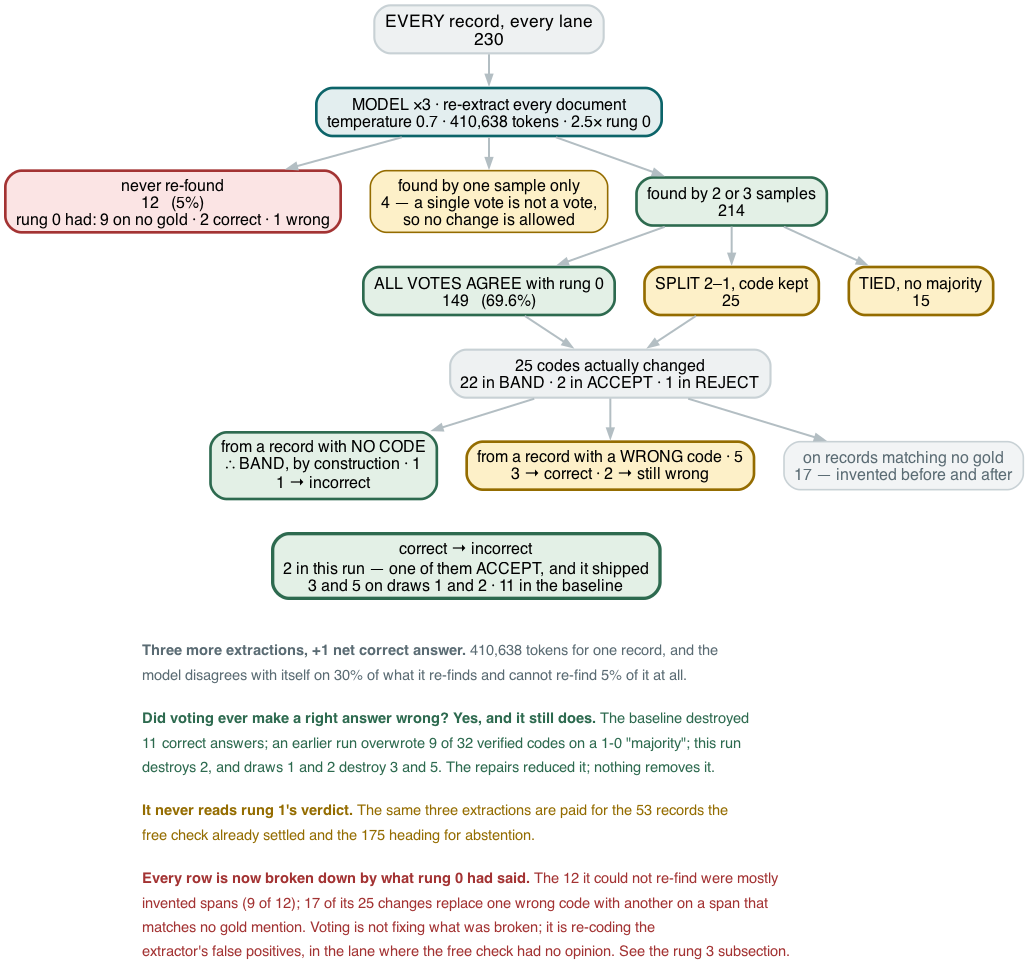
Before: docs/figures/fig16-rung3.png, a diagram exported from Graphviz (wbagais/reliability-ladder). Its source is kept beside it as docs/figures/fig16-rung3.dot.
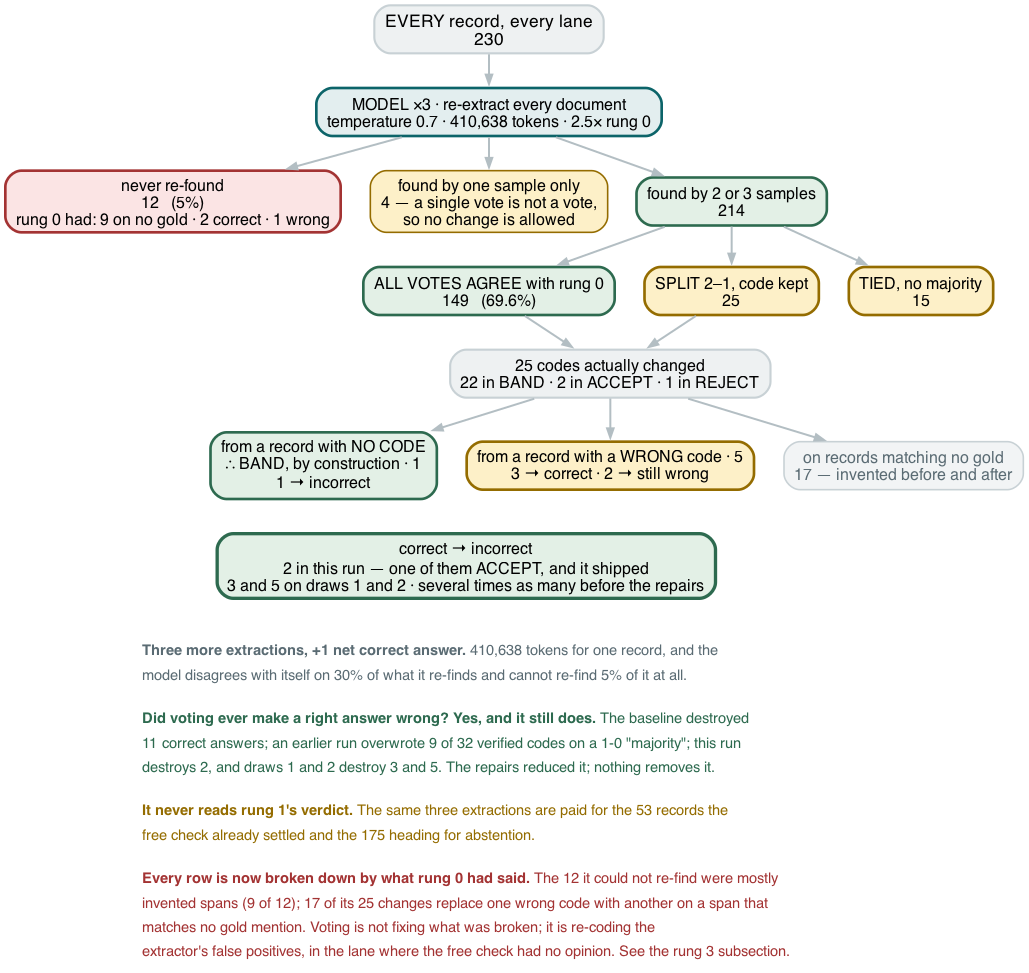
After the commit.

The edit, as a diff of the source:
```diff
@@ -26,7 +26,7 @@
   nog  [label="on records matching no gold\n17 — invented before and after"
         fillcolor="#f2f4f5" fontcolor="#5a6b73"];
 
-  safe [label="correct → incorrect\n2 in this run — one of them ACCEPT, and it shipped\n3 and 5 on draws 1 and 2 · 11 in the baseline"
+  safe [label="correct → incorrect\n2 in this run — one of them ACCEPT, and it shipped\n3 and 5 on draws 1 and 2 · several times as many before the repairs"
         fillcolor="#e3f0e6" color="#2d6a4f" penwidth=2.5];
 
   in -> s; s -> nf; s -> one; s -> two;
```
